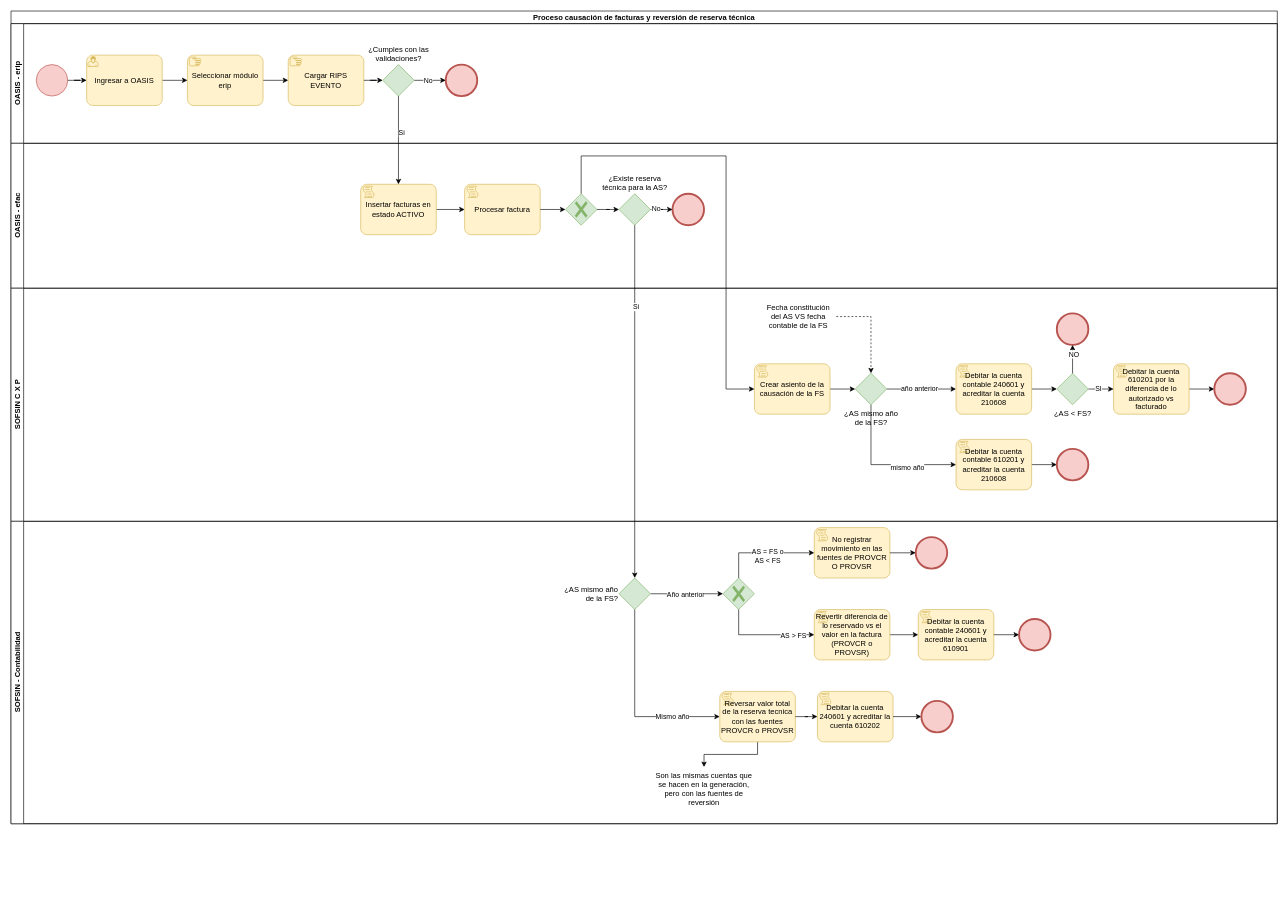
Earlier version of the draw.io diagram Reversión reserva técnica.drawio (kevinjporto/Diagramas-de-procesos). Source tidied: cells renumbered, new cells numbered last; positions are measured from the earlier drawing's top-left corner, leaving out a move shared by most shapes. Both pictures are drawn from the tidied source at 63%, with x=0, y=0 at pixel (11, 11).
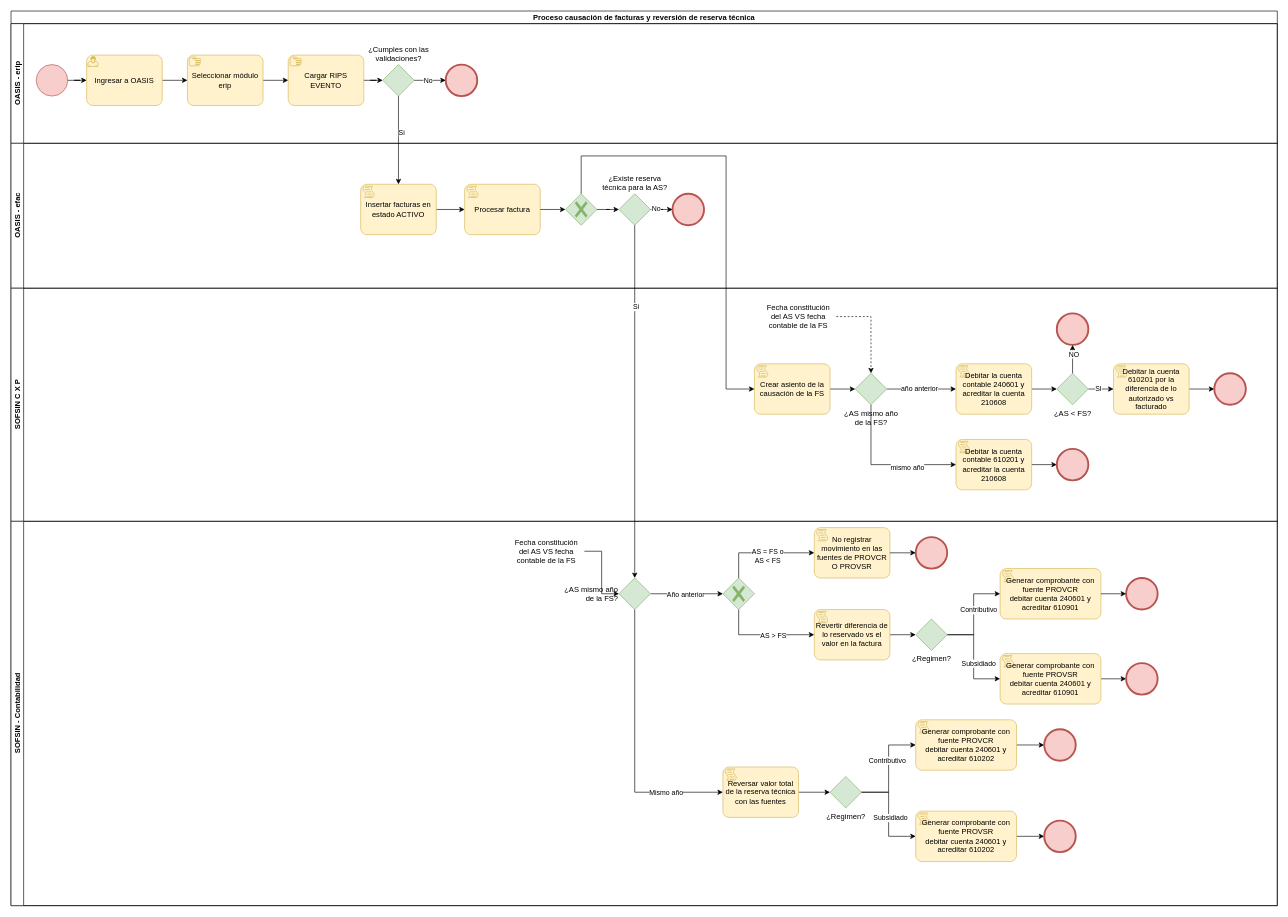
Above is the later version.

Unchanged cells that the change refers to:
```xml
<mxCell id="61" style="edgeStyle=orthogonalEdgeStyle;rounded=0;jettySize=auto;html=1;entryX=0;entryY=0.5;entryDx=0;entryDy=0;entryPerimeter=0;exitX=0.5;exitY=1;exitDx=0;exitDy=0;exitPerimeter=0;" parent="56" edge="1" source="59" target="67">
  <mxGeometry relative="1" as="geometry" />
</mxCell>
<mxCell id="65" value="¿AS mismo año&lt;br&gt;de la FS?" style="points=[[0.25,0.25,0],[0.5,0,0],[0.75,0.25,0],[1,0.5,0],[0.75,0.75,0],[0.5,1,0],[0.25,0.75,0],[0,0.5,0]];shape=mxgraph.bpmn.gateway2;html=1;verticalLabelPosition=middle;labelBackgroundColor=#ffffff;verticalAlign=middle;align=right;perimeter=rhombusPerimeter;outlineConnect=0;outline=none;symbol=none;labelPosition=left;fillColor=#d5e8d4;strokeColor=#82b366;" parent="56" vertex="1">
  <mxGeometry x="965" y="90" width="50" height="50" as="geometry" />
</mxCell>
```

Change to the diagram source:
```diff
@@
     <mxCell id="2" value="Proceso causación de facturas y reversión de reserva técnica" style="swimlane;html=1;horizontal=1;startSize=20;whiteSpace=wrap;" parent="1" vertex="1">
-      <mxGeometry width="2010" height="1290" as="geometry" />
+      <mxGeometry width="2010" height="1420" as="geometry" />
     </mxCell>
@@
     <mxCell id="56" value="SOFSIN - Contabilidad" style="swimlane;html=1;startSize=20;horizontal=0;" parent="2" vertex="1">
-      <mxGeometry y="810" width="2010" height="480" as="geometry" />
+      <mxGeometry y="810" width="2010" height="610" as="geometry" />
     </mxCell>
@@
     <mxCell id="62" value="AS &amp;gt; FS" style="edgeLabel;html=1;align=center;verticalAlign=middle;" parent="61" vertex="1">
-      <mxGeometry x="0.58" relative="1" as="geometry" />
+      <mxGeometry x="0.58" relative="1" as="geometry">
+        <mxPoint x="-32" as="offset" />
+      </mxGeometry>
     </mxCell>
@@
-    <mxCell id="66" style="edgeStyle=orthogonalEdgeStyle;rounded=0;jettySize=auto;html=1;entryX=0;entryY=0.5;entryDx=0;entryDy=0;entryPerimeter=0;" parent="56" edge="1" source="67" target="68">
+    <mxCell id="66" style="edgeStyle=orthogonalEdgeStyle;rounded=0;jettySize=auto;html=1;entryX=0;entryY=0.5;entryDx=0;entryDy=0;entryPerimeter=0;" parent="56" edge="1" source="67" target="88">
       <mxGeometry relative="1" as="geometry" />
     </mxCell>
-    <mxCell id="67" value="Revertir diferencia de lo reservado vs el valor en la factura (PROVCR o PROVSR)" style="points=[[0.25,0,0],[0.5,0,0],[0.75,0,0],[1,0.25,0],[1,0.5,0],[1,0.75,0],[0.75,1,0],[0.5,1,0],[0.25,1,0],[0,0.75,0],[0,0.5,0],[0,0.25,0]];shape=mxgraph.bpmn.task;whiteSpace=wrap;rectStyle=rounded;size=10;html=1;taskMarker=script;fillColor=#fff2cc;strokeColor=#d6b656;" parent="56" vertex="1">
+    <mxCell id="67" value="Revertir diferencia de lo reservado vs el valor en la factura" style="points=[[0.25,0,0],[0.5,0,0],[0.75,0,0],[1,0.25,0],[1,0.5,0],[1,0.75,0],[0.75,1,0],[0.5,1,0],[0.25,1,0],[0,0.75,0],[0,0.5,0],[0,0.25,0]];shape=mxgraph.bpmn.task;whiteSpace=wrap;rectStyle=rounded;size=10;html=1;taskMarker=script;fillColor=#fff2cc;strokeColor=#d6b656;" parent="56" vertex="1">
       <mxGeometry x="1275" y="140" width="120" height="80" as="geometry" />
     </mxCell>
-    <mxCell id="68" value="Debitar la cuenta contable 240601 y acreditar la cuenta 610901" style="points=[[0.25,0,0],[0.5,0,0],[0.75,0,0],[1,0.25,0],[1,0.5,0],[1,0.75,0],[0.75,1,0],[0.5,1,0],[0.25,1,0],[0,0.75,0],[0,0.5,0],[0,0.25,0]];shape=mxgraph.bpmn.task;whiteSpace=wrap;rectStyle=rounded;size=10;html=1;taskMarker=script;fillColor=#fff2cc;strokeColor=#d6b656;" parent="56" vertex="1">
-      <mxGeometry x="1440" y="140" width="120" height="80" as="geometry" />
-    </mxCell>
-    <mxCell id="69" style="edgeStyle=orthogonalEdgeStyle;rounded=0;jettySize=auto;html=1;entryX=0;entryY=0.5;entryDx=0;entryDy=0;entryPerimeter=0;" parent="56" edge="1" source="68" target="79">
-      <mxGeometry relative="1" as="geometry" />
-    </mxCell>
@@
-    <mxCell id="72" style="edgeStyle=orthogonalEdgeStyle;rounded=0;jettySize=auto;html=1;entryX=0.5;entryY=0;entryDx=0;entryDy=0;exitX=0.5;exitY=1;exitDx=0;exitDy=0;exitPerimeter=0;" parent="56" edge="1" source="73" target="81">
-      <mxGeometry relative="1" as="geometry" />
-    </mxCell>
+    <mxCell id="82" style="edgeStyle=orthogonalEdgeStyle;rounded=0;jettySize=auto;html=1;" parent="56" edge="1" source="73" target="93">
+      <mxGeometry relative="1" as="geometry" />
+    </mxCell>
-    <mxCell id="73" value="Reversar valor total de la reserva tecnica con las fuentes PROVCR o PROVSR" style="points=[[0.25,0,0],[0.5,0,0],[0.75,0,0],[1,0.25,0],[1,0.5,0],[1,0.75,0],[0.75,1,0],[0.5,1,0],[0.25,1,0],[0,0.75,0],[0,0.5,0],[0,0.25,0]];shape=mxgraph.bpmn.task;whiteSpace=wrap;rectStyle=rounded;size=10;html=1;taskMarker=script;fillColor=#fff2cc;strokeColor=#d6b656;" parent="56" vertex="1">
-      <mxGeometry x="1125" y="270" width="120" height="80" as="geometry" />
+    <mxCell id="73" value="Reversar valor total de la reserva técnica con las fuentes" style="points=[[0.25,0,0],[0.5,0,0],[0.75,0,0],[1,0.25,0],[1,0.5,0],[1,0.75,0],[0.75,1,0],[0.5,1,0],[0.25,1,0],[0,0.75,0],[0,0.5,0],[0,0.25,0]];shape=mxgraph.bpmn.task;whiteSpace=wrap;rectStyle=rounded;size=10;html=1;taskMarker=script;fillColor=#fff2cc;strokeColor=#d6b656;" parent="56" vertex="1">
+      <mxGeometry x="1130" y="390" width="120" height="80" as="geometry" />
     </mxCell>
-    <mxCell id="74" value="Debitar la cuenta 240601 y acreditar la cuenta 610202" style="points=[[0.25,0,0],[0.5,0,0],[0.75,0,0],[1,0.25,0],[1,0.5,0],[1,0.75,0],[0.75,1,0],[0.5,1,0],[0.25,1,0],[0,0.75,0],[0,0.5,0],[0,0.25,0]];shape=mxgraph.bpmn.task;whiteSpace=wrap;rectStyle=rounded;size=10;html=1;taskMarker=script;fillColor=#fff2cc;strokeColor=#d6b656;" parent="56" vertex="1">
-      <mxGeometry x="1280" y="270" width="120" height="80" as="geometry" />
-    </mxCell>
-    <mxCell id="75" style="edgeStyle=orthogonalEdgeStyle;rounded=0;jettySize=auto;html=1;" parent="56" edge="1" source="73" target="74">
-      <mxGeometry relative="1" as="geometry" />
-    </mxCell>
-    <mxCell id="76" style="edgeStyle=orthogonalEdgeStyle;rounded=0;jettySize=auto;html=1;entryX=0;entryY=0.5;entryDx=0;entryDy=0;entryPerimeter=0;" parent="56" edge="1" source="74" target="80">
-      <mxGeometry relative="1" as="geometry" />
-    </mxCell>
@@
     <mxCell id="79" style="points=[[0.145,0.145,0],[0.5,0,0],[0.855,0.145,0],[1,0.5,0],[0.855,0.855,0],[0.5,1,0],[0.145,0.855,0],[0,0.5,0]];shape=mxgraph.bpmn.event;html=1;verticalLabelPosition=bottom;labelBackgroundColor=#ffffff;verticalAlign=top;align=center;perimeter=ellipsePerimeter;outlineConnect=0;outline=end;symbol=terminate2;fillColor=#f8cecc;strokeColor=#b85450;" parent="56" vertex="1">
-      <mxGeometry x="1600" y="155" width="50" height="50" as="geometry" />
+      <mxGeometry x="1770" y="90" width="50" height="50" as="geometry" />
     </mxCell>
-    <mxCell id="80" style="points=[[0.145,0.145,0],[0.5,0,0],[0.855,0.145,0],[1,0.5,0],[0.855,0.855,0],[0.5,1,0],[0.145,0.855,0],[0,0.5,0]];shape=mxgraph.bpmn.event;html=1;verticalLabelPosition=bottom;labelBackgroundColor=#ffffff;verticalAlign=top;align=center;perimeter=ellipsePerimeter;outlineConnect=0;outline=end;symbol=terminate2;fillColor=#f8cecc;strokeColor=#b85450;" parent="56" vertex="1">
-      <mxGeometry x="1445" y="285" width="50" height="50" as="geometry" />
-    </mxCell>
-    <mxCell id="81" value="Son las mismas cuentas que se hacen en la generación, pero con las fuentes de reversión" style="text;html=1;align=center;verticalAlign=middle;whiteSpace=wrap;rounded=0;" parent="56" vertex="1">
-      <mxGeometry x="1015" y="390" width="170" height="70" as="geometry" />
-    </mxCell>
+    <mxCell id="83" value="Generar comprobante con fuente PROVCR &lt;br&gt;debitar cuenta 240601 y acreditar 610901" style="points=[[0.25,0,0],[0.5,0,0],[0.75,0,0],[1,0.25,0],[1,0.5,0],[1,0.75,0],[0.75,1,0],[0.5,1,0],[0.25,1,0],[0,0.75,0],[0,0.5,0],[0,0.25,0]];shape=mxgraph.bpmn.task;whiteSpace=wrap;rectStyle=rounded;size=10;html=1;taskMarker=script;fillColor=#fff2cc;strokeColor=#d6b656;" parent="56" vertex="1">
+      <mxGeometry x="1570" y="75" width="160" height="80" as="geometry" />
+    </mxCell>
+    <mxCell id="84" style="edgeStyle=orthogonalEdgeStyle;rounded=0;jettySize=auto;html=1;" parent="56" edge="1" source="88" target="83">
+      <mxGeometry relative="1" as="geometry" />
+    </mxCell>
+    <mxCell id="85" value="Contributivo" style="edgeLabel;html=1;align=center;verticalAlign=middle;" parent="84" vertex="1">
+      <mxGeometry x="0.53" y="-3" relative="1" as="geometry">
+        <mxPoint y="22" as="offset" />
+      </mxGeometry>
+    </mxCell>
+    <mxCell id="86" style="edgeStyle=orthogonalEdgeStyle;rounded=0;jettySize=auto;html=1;entryX=0;entryY=0.5;entryDx=0;entryDy=0;entryPerimeter=0;" parent="56" edge="1" source="88" target="90">
+      <mxGeometry relative="1" as="geometry" />
+    </mxCell>
+    <mxCell id="87" value="Subsidiado" style="edgeLabel;html=1;align=center;verticalAlign=middle;" parent="86" vertex="1">
+      <mxGeometry x="0.55" y="1" relative="1" as="geometry">
+        <mxPoint y="-24" as="offset" />
+      </mxGeometry>
+    </mxCell>
+    <mxCell id="88" value="¿Regimen?" style="points=[[0.25,0.25,0],[0.5,0,0],[0.75,0.25,0],[1,0.5,0],[0.75,0.75,0],[0.5,1,0],[0.25,0.75,0],[0,0.5,0]];shape=mxgraph.bpmn.gateway2;html=1;verticalLabelPosition=bottom;labelBackgroundColor=#ffffff;verticalAlign=top;align=center;perimeter=rhombusPerimeter;outlineConnect=0;outline=none;symbol=none;fillColor=#d5e8d4;strokeColor=#82b366;" parent="56" vertex="1">
+      <mxGeometry x="1436" y="155" width="50" height="50" as="geometry" />
+    </mxCell>
+    <mxCell id="89" style="edgeStyle=orthogonalEdgeStyle;rounded=0;jettySize=auto;html=1;" parent="56" edge="1" source="90" target="91">
+      <mxGeometry relative="1" as="geometry" />
+    </mxCell>
+    <mxCell id="90" value="Generar comprobante con fuente PROVSR &lt;br&gt;debitar cuenta 240601 y acreditar 610901" style="points=[[0.25,0,0],[0.5,0,0],[0.75,0,0],[1,0.25,0],[1,0.5,0],[1,0.75,0],[0.75,1,0],[0.5,1,0],[0.25,1,0],[0,0.75,0],[0,0.5,0],[0,0.25,0]];shape=mxgraph.bpmn.task;whiteSpace=wrap;rectStyle=rounded;size=10;html=1;taskMarker=script;fillColor=#fff2cc;strokeColor=#d6b656;" parent="56" vertex="1">
+      <mxGeometry x="1570" y="210" width="160" height="80" as="geometry" />
+    </mxCell>
+    <mxCell id="91" style="points=[[0.145,0.145,0],[0.5,0,0],[0.855,0.145,0],[1,0.5,0],[0.855,0.855,0],[0.5,1,0],[0.145,0.855,0],[0,0.5,0]];shape=mxgraph.bpmn.event;html=1;verticalLabelPosition=bottom;labelBackgroundColor=#ffffff;verticalAlign=top;align=center;perimeter=ellipsePerimeter;outlineConnect=0;outline=end;symbol=terminate2;fillColor=#f8cecc;strokeColor=#b85450;" parent="56" vertex="1">
+      <mxGeometry x="1770" y="225" width="50" height="50" as="geometry" />
+    </mxCell>
+    <mxCell id="92" style="edgeStyle=orthogonalEdgeStyle;rounded=0;jettySize=auto;html=1;entryX=0;entryY=0.5;entryDx=0;entryDy=0;entryPerimeter=0;" parent="56" edge="1" source="83" target="79">
+      <mxGeometry relative="1" as="geometry" />
+    </mxCell>
+    <mxCell id="93" value="¿Regimen?" style="points=[[0.25,0.25,0],[0.5,0,0],[0.75,0.25,0],[1,0.5,0],[0.75,0.75,0],[0.5,1,0],[0.25,0.75,0],[0,0.5,0]];shape=mxgraph.bpmn.gateway2;html=1;verticalLabelPosition=bottom;labelBackgroundColor=#ffffff;verticalAlign=top;align=center;perimeter=rhombusPerimeter;outlineConnect=0;outline=none;symbol=none;fillColor=#d5e8d4;strokeColor=#82b366;" parent="56" vertex="1">
+      <mxGeometry x="1300" y="405" width="50" height="50" as="geometry" />
+    </mxCell>
+    <mxCell id="94" style="edgeStyle=orthogonalEdgeStyle;rounded=0;jettySize=auto;html=1;" parent="56" edge="1" source="95" target="102">
+      <mxGeometry relative="1" as="geometry" />
+    </mxCell>
+    <mxCell id="95" value="Generar comprobante con fuente PROVCR &lt;br&gt;debitar cuenta 240601 y acreditar 610202" style="points=[[0.25,0,0],[0.5,0,0],[0.75,0,0],[1,0.25,0],[1,0.5,0],[1,0.75,0],[0.75,1,0],[0.5,1,0],[0.25,1,0],[0,0.75,0],[0,0.5,0],[0,0.25,0]];shape=mxgraph.bpmn.task;whiteSpace=wrap;rectStyle=rounded;size=10;html=1;taskMarker=script;fillColor=#fff2cc;strokeColor=#d6b656;" parent="56" vertex="1">
+      <mxGeometry x="1436" y="315" width="160" height="80" as="geometry" />
+    </mxCell>
+    <mxCell id="96" style="edgeStyle=orthogonalEdgeStyle;rounded=0;jettySize=auto;html=1;" parent="56" edge="1" source="97" target="103">
+      <mxGeometry relative="1" as="geometry" />
+    </mxCell>
+    <mxCell id="97" value="Generar comprobante con fuente PROVSR &lt;br&gt;debitar cuenta 240601 y acreditar 610202" style="points=[[0.25,0,0],[0.5,0,0],[0.75,0,0],[1,0.25,0],[1,0.5,0],[1,0.75,0],[0.75,1,0],[0.5,1,0],[0.25,1,0],[0,0.75,0],[0,0.5,0],[0,0.25,0]];shape=mxgraph.bpmn.task;whiteSpace=wrap;rectStyle=rounded;size=10;html=1;taskMarker=script;fillColor=#fff2cc;strokeColor=#d6b656;" parent="56" vertex="1">
+      <mxGeometry x="1436" y="460" width="160" height="80" as="geometry" />
+    </mxCell>
+    <mxCell id="98" style="edgeStyle=orthogonalEdgeStyle;rounded=0;jettySize=auto;html=1;entryX=0;entryY=0.5;entryDx=0;entryDy=0;entryPerimeter=0;" parent="56" edge="1" source="93" target="95">
+      <mxGeometry relative="1" as="geometry" />
+    </mxCell>
+    <mxCell id="99" value="Contributivo" style="edgeLabel;html=1;align=center;verticalAlign=middle;" parent="98" vertex="1">
+      <mxGeometry x="0.4" y="-1" relative="1" as="geometry">
+        <mxPoint x="-4" y="19" as="offset" />
+      </mxGeometry>
+    </mxCell>
+    <mxCell id="100" style="edgeStyle=orthogonalEdgeStyle;rounded=0;jettySize=auto;html=1;entryX=0;entryY=0.5;entryDx=0;entryDy=0;entryPerimeter=0;" parent="56" edge="1" source="93" target="97">
+      <mxGeometry relative="1" as="geometry" />
+    </mxCell>
+    <mxCell id="101" value="Subsidiado" style="edgeLabel;html=1;align=center;verticalAlign=middle;" parent="100" vertex="1">
+      <mxGeometry x="0.42" relative="1" as="geometry">
+        <mxPoint x="2" y="-28" as="offset" />
+      </mxGeometry>
+    </mxCell>
+    <mxCell id="102" style="points=[[0.145,0.145,0],[0.5,0,0],[0.855,0.145,0],[1,0.5,0],[0.855,0.855,0],[0.5,1,0],[0.145,0.855,0],[0,0.5,0]];shape=mxgraph.bpmn.event;html=1;verticalLabelPosition=bottom;labelBackgroundColor=#ffffff;verticalAlign=top;align=center;perimeter=ellipsePerimeter;outlineConnect=0;outline=end;symbol=terminate2;fillColor=#f8cecc;strokeColor=#b85450;" parent="56" vertex="1">
+      <mxGeometry x="1640" y="330" width="50" height="50" as="geometry" />
+    </mxCell>
+    <mxCell id="103" style="points=[[0.145,0.145,0],[0.5,0,0],[0.855,0.145,0],[1,0.5,0],[0.855,0.855,0],[0.5,1,0],[0.145,0.855,0],[0,0.5,0]];shape=mxgraph.bpmn.event;html=1;verticalLabelPosition=bottom;labelBackgroundColor=#ffffff;verticalAlign=top;align=center;perimeter=ellipsePerimeter;outlineConnect=0;outline=end;symbol=terminate2;fillColor=#f8cecc;strokeColor=#b85450;" parent="56" vertex="1">
+      <mxGeometry x="1640" y="475" width="50" height="50" as="geometry" />
+    </mxCell>
+    <mxCell id="104" style="edgeStyle=orthogonalEdgeStyle;rounded=0;jettySize=auto;html=1;entryX=0;entryY=0.5;entryDx=0;entryDy=0;entryPerimeter=0;" parent="56" edge="1" source="105" target="65">
+      <mxGeometry relative="1" as="geometry" />
+    </mxCell>
+    <mxCell id="105" value="Fecha constitución del AS VS fecha contable de la FS" style="text;html=1;strokeColor=none;fillColor=none;align=center;verticalAlign=middle;whiteSpace=wrap;rounded=0;" parent="56" vertex="1">
+      <mxGeometry x="790" y="25" width="120" height="45" as="geometry" />
+    </mxCell>
```
